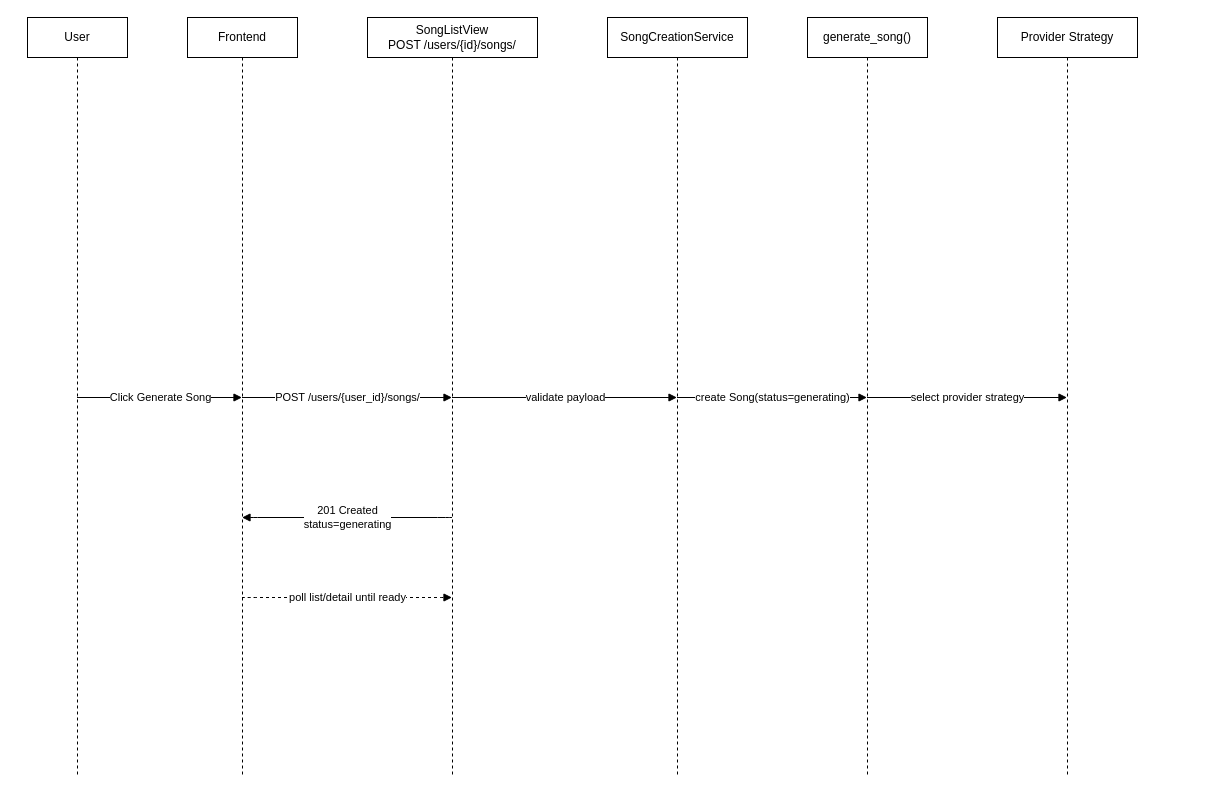
Earlier version of the draw.io diagram page "Overview" (1 of 3) of drawoi/sequence_generate_song.drawio (Thitirat-Somsupangsri/cithai). Source tidied: cells renumbered, new cells numbered last; positions are measured from the earlier drawing's top-left corner, leaving out a move shared by most shapes. Both pictures are drawn from the tidied source at 100%, with x=0, y=0 at pixel (27, 17).
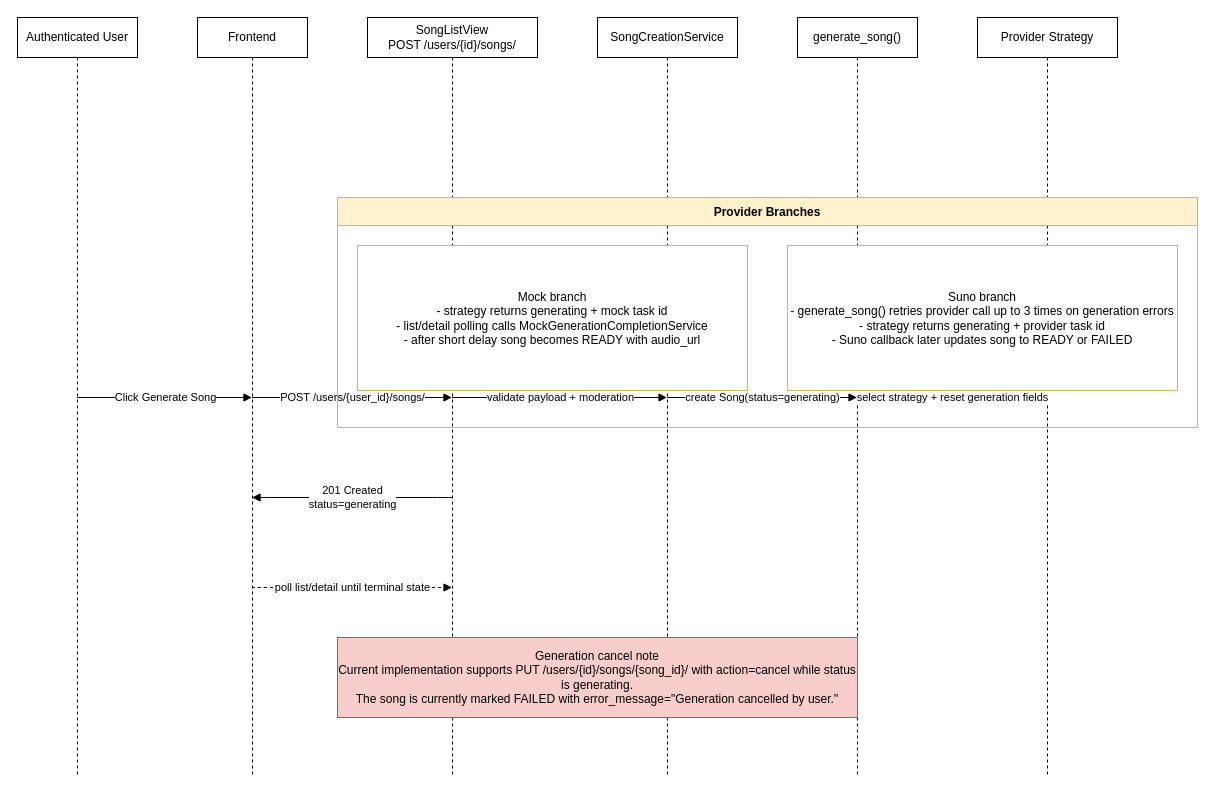
Above is the later version.

The change refers to these unchanged cells:
```xml
<mxCell id="4" value="SongListView&#10;POST /users/{id}/songs/" style="shape=umlLifeline;perimeter=lifelinePerimeter;html=1;whiteSpace=wrap;" parent="1" vertex="1">
  <mxGeometry x="340" width="170" height="760" as="geometry" />
</mxCell>
```

Diff of the diagram source:
```diff
@@
-    <mxCell id="2" value="User" style="shape=umlLifeline;perimeter=lifelinePerimeter;html=1;whiteSpace=wrap;" parent="1" vertex="1">
-      <mxGeometry width="100" height="760" as="geometry" />
+    <mxCell id="2" value="Authenticated User" style="shape=umlLifeline;perimeter=lifelinePerimeter;html=1;whiteSpace=wrap;" parent="1" vertex="1">
+      <mxGeometry x="-10" width="120" height="760" as="geometry" />
     </mxCell>
     <mxCell id="3" value="Frontend" style="shape=umlLifeline;perimeter=lifelinePerimeter;html=1;whiteSpace=wrap;" parent="1" vertex="1">
-      <mxGeometry x="160" width="110" height="760" as="geometry" />
+      <mxGeometry x="170" width="110" height="760" as="geometry" />
     </mxCell>
@@
     <mxCell id="5" value="SongCreationService" style="shape=umlLifeline;perimeter=lifelinePerimeter;html=1;whiteSpace=wrap;" parent="1" vertex="1">
-      <mxGeometry x="580" width="140" height="760" as="geometry" />
+      <mxGeometry x="570" width="140" height="760" as="geometry" />
     </mxCell>
     <mxCell id="6" value="generate_song()" style="shape=umlLifeline;perimeter=lifelinePerimeter;html=1;whiteSpace=wrap;" parent="1" vertex="1">
-      <mxGeometry x="780" width="120" height="760" as="geometry" />
+      <mxGeometry x="770" width="120" height="760" as="geometry" />
     </mxCell>
     <mxCell id="7" value="Provider Strategy" style="shape=umlLifeline;perimeter=lifelinePerimeter;html=1;whiteSpace=wrap;" parent="1" vertex="1">
-      <mxGeometry x="970" width="140" height="760" as="geometry" />
+      <mxGeometry x="950" width="140" height="760" as="geometry" />
     </mxCell>
@@
-    <mxCell id="10" value="validate payload" style="endArrow=block;html=1;" parent="1" edge="1" source="4" target="5">
+    <mxCell id="10" value="validate payload + moderation" style="endArrow=block;html=1;" parent="1" edge="1" source="4" target="5">
       <mxGeometry relative="1" as="geometry" />
     </mxCell>
@@
-    <mxCell id="12" value="select provider strategy" style="endArrow=block;html=1;" parent="1" edge="1" source="6" target="7">
+    <mxCell id="12" value="select strategy + reset generation fields" style="endArrow=block;html=1;" parent="1" edge="1" source="6" target="7">
       <mxGeometry relative="1" as="geometry" />
     </mxCell>
     <mxCell id="13" value="201 Created&#10;status=generating" style="endArrow=block;html=1;" parent="1" edge="1" source="4" target="3">
       <mxGeometry relative="1" as="geometry">
         <Array as="points">
-          <mxPoint x="420" y="500" />
-          <mxPoint x="220" y="500" />
+          <mxPoint x="420" y="480" />
+          <mxPoint x="230" y="480" />
         </Array>
       </mxGeometry>
     </mxCell>
-    <mxCell id="14" value="poll list/detail until ready" style="endArrow=block;html=1;dashed=1;" parent="1" edge="1" source="3" target="4">
+    <mxCell id="14" value="poll list/detail until terminal state" style="endArrow=block;html=1;dashed=1;" parent="1" edge="1" source="3" target="4">
       <mxGeometry relative="1" as="geometry">
         <Array as="points">
-          <mxPoint x="220" y="580" />
-          <mxPoint x="420" y="580" />
+          <mxPoint x="230" y="570" />
+          <mxPoint x="420" y="570" />
         </Array>
       </mxGeometry>
     </mxCell>
+    <mxCell id="15" value="Provider Branches" style="swimlane;fontStyle=1;align=center;startSize=28;fillColor=#fff2cc;strokeColor=#d6b656;" parent="1" vertex="1">
+      <mxGeometry x="310" y="180" width="860" height="230" as="geometry" />
+    </mxCell>
+    <mxCell id="16" value="Mock branch&#10;- strategy returns generating + mock task id&#10;- list/detail polling calls MockGenerationCompletionService&#10;- after short delay song becomes READY with audio_url" style="rounded=0;whiteSpace=wrap;html=1;fillColor=#ffffff;strokeColor=#d6b656;" parent="15" vertex="1">
+      <mxGeometry x="20" y="48" width="390" height="145" as="geometry" />
+    </mxCell>
+    <mxCell id="17" value="Suno branch&#10;- generate_song() retries provider call up to 3 times on generation errors&#10;- strategy returns generating + provider task id&#10;- Suno callback later updates song to READY or FAILED" style="rounded=0;whiteSpace=wrap;html=1;fillColor=#ffffff;strokeColor=#d6b656;" parent="15" vertex="1">
+      <mxGeometry x="450" y="48" width="390" height="145" as="geometry" />
+    </mxCell>
+    <mxCell id="18" value="Generation cancel note&#10;Current implementation supports PUT /users/{id}/songs/{song_id}/ with action=cancel while status is generating.&#10;The song is currently marked FAILED with error_message=&quot;Generation cancelled by user.&quot;" style="rounded=0;whiteSpace=wrap;html=1;fillColor=#f8cecc;strokeColor=#b85450;" parent="1" vertex="1">
+      <mxGeometry x="310" y="620" width="520" height="80" as="geometry" />
+    </mxCell>
```
